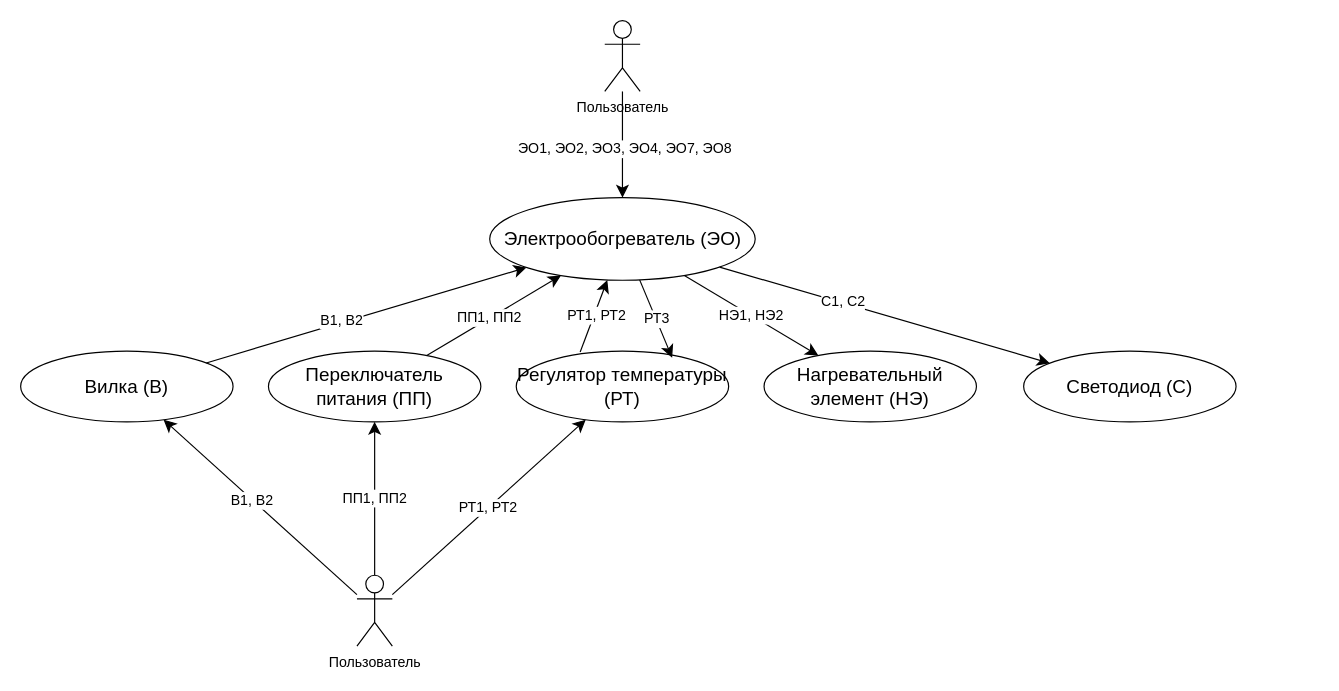
Earlier version of the draw.io diagram page "МВО" (3 of 5) of OOP/lab_05/lab_05.drawio (SerPan23/BMSTU_SEM_4). Source tidied: cells renumbered, new cells numbered last; positions are measured from the earlier drawing's top-left corner, leaving out a move shared by most shapes. Both pictures are drawn from the tidied source at 118%, with x=0, y=0 at pixel (20, 20).
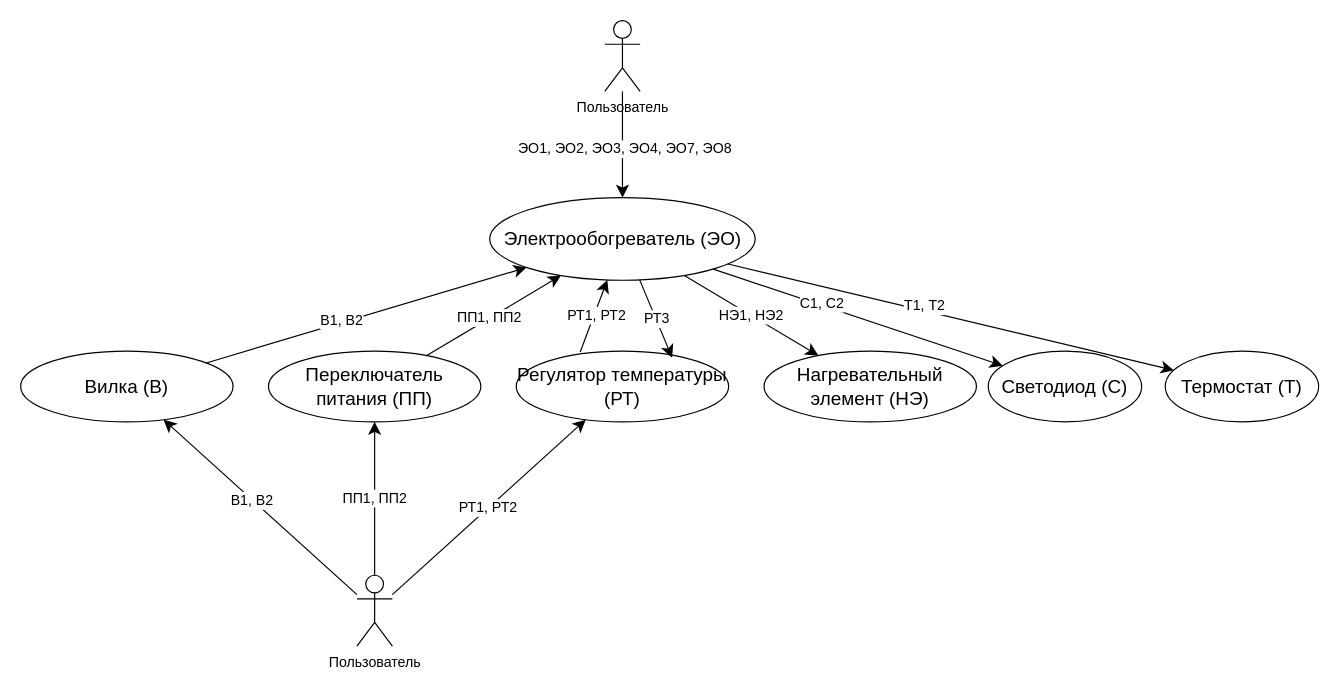
The same diagram, later.

The change refers to these unchanged cells:
```xml
<mxCell id="2" value="&lt;font style=&quot;font-size: 16px;&quot;&gt;Электрообогреватель (ЭО)&lt;/font&gt;" style="ellipse;whiteSpace=wrap;html=1;" parent="1" vertex="1">
  <mxGeometry x="397.5" y="150" width="225" height="70" as="geometry" />
</mxCell>
```

Change to the diagram source:
```diff
@@
     <mxCell id="7" value="&lt;span style=&quot;font-size: 16px;&quot;&gt;Светодиод (С)&lt;/span&gt;" style="ellipse;whiteSpace=wrap;html=1;" parent="1" vertex="1">
-      <mxGeometry x="850" y="280" width="180" height="60" as="geometry" />
+      <mxGeometry x="820" y="280" width="130" height="60" as="geometry" />
     </mxCell>
@@
+    <mxCell id="28" value="&lt;span style=&quot;font-size: 16px;&quot;&gt;Термостат (Т)&lt;/span&gt;" style="ellipse;whiteSpace=wrap;html=1;" parent="1" vertex="1">
+      <mxGeometry x="970" y="280" width="130" height="60" as="geometry" />
+    </mxCell>
+    <mxCell id="29" style="endArrow=classic;html=1;rounded=0;fontSize=12;startSize=8;endSize=8;curved=1;" parent="1" edge="1" source="2" target="28">
+      <mxGeometry relative="1" as="geometry" />
+    </mxCell>
+    <mxCell id="30" value="Т1, Т2" style="edgeLabel;html=1;align=center;verticalAlign=middle;fontSize=12;" parent="29" vertex="1">
+      <mxGeometry x="-0.12" y="5" relative="1" as="geometry">
+        <mxPoint x="-1" as="offset" />
+      </mxGeometry>
+    </mxCell>
```
